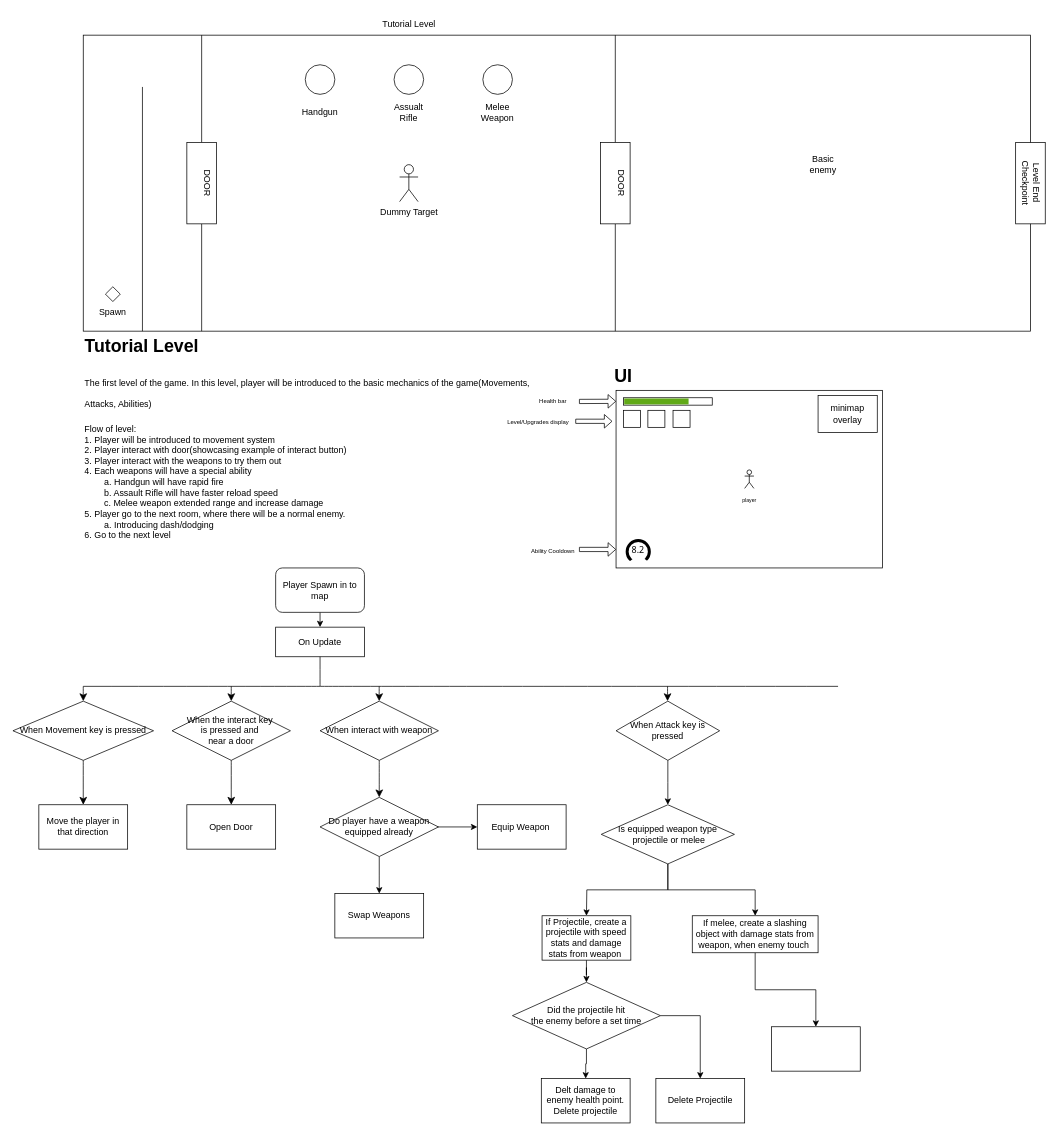
Above: 15-final_project/initial_planning/Level_1.drawio in bwnz1x/COMP12a (draw.io), before the change. Source tidied: cells renumbered, new cells numbered last; positions are measured from the earlier drawing's top-left corner, leaving out a move shared by most shapes. Both pictures are drawn from the tidied source at 74%, with x=0, y=0 at pixel (13, 13).
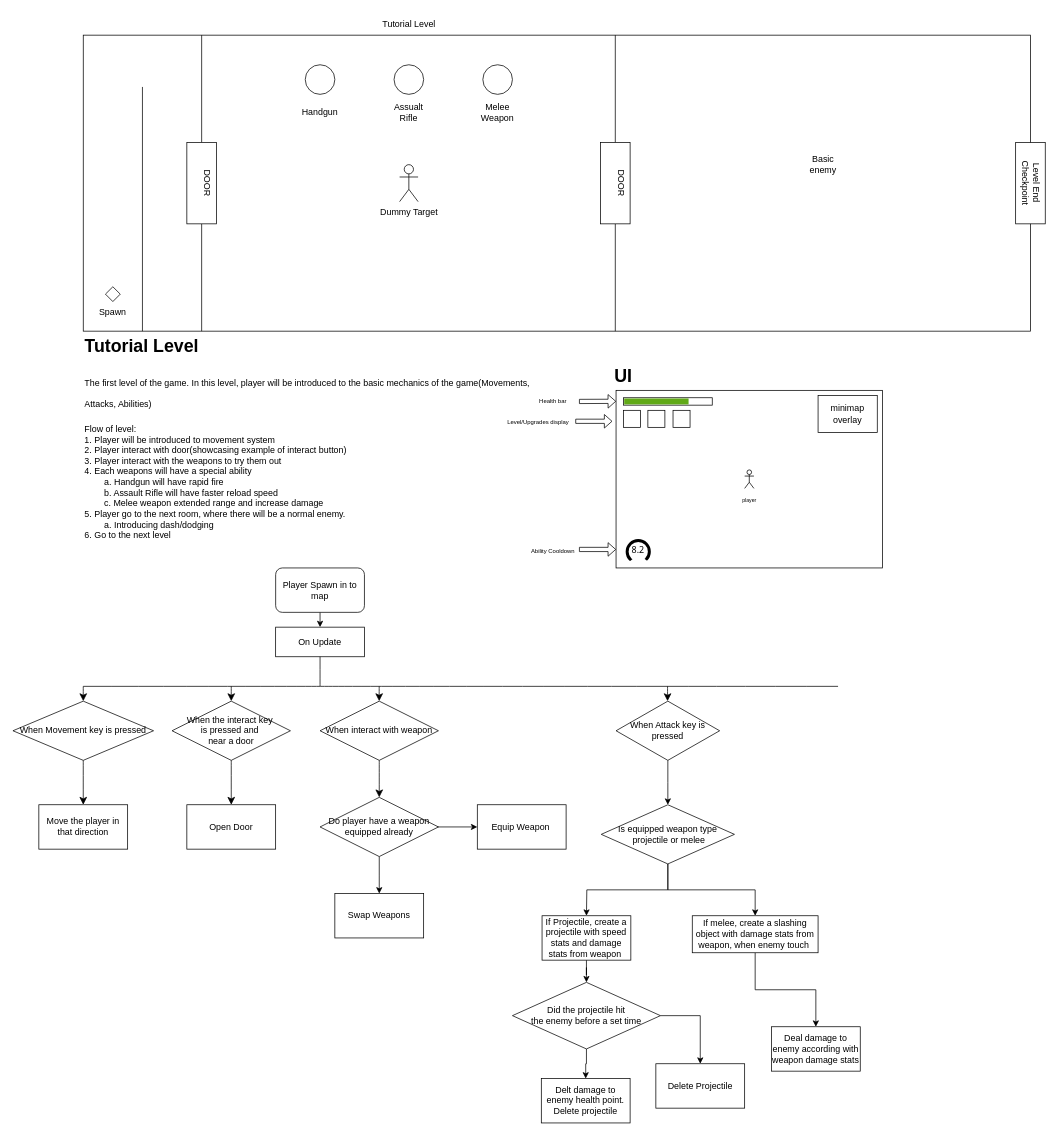
Above is the later version.

Diff of the diagram source:
```diff
@@
     <mxCell id="81" value="Delete Projectile" style="whiteSpace=wrap;html=1;rounded=0;" parent="1" vertex="1">
-      <mxGeometry x="868.8" y="1440" width="120" height="60" as="geometry" />
+      <mxGeometry x="868.8" y="1420" width="120" height="60" as="geometry" />
     </mxCell>
-    <mxCell id="82" style="whiteSpace=wrap;html=1;rounded=0;" parent="1" vertex="1">
+    <mxCell id="82" value="Deal damage to enemy according with weapon damage stats" style="whiteSpace=wrap;html=1;rounded=0;" parent="1" vertex="1">
       <mxGeometry x="1025" y="1370" width="120" height="60" as="geometry" />
     </mxCell>
```
